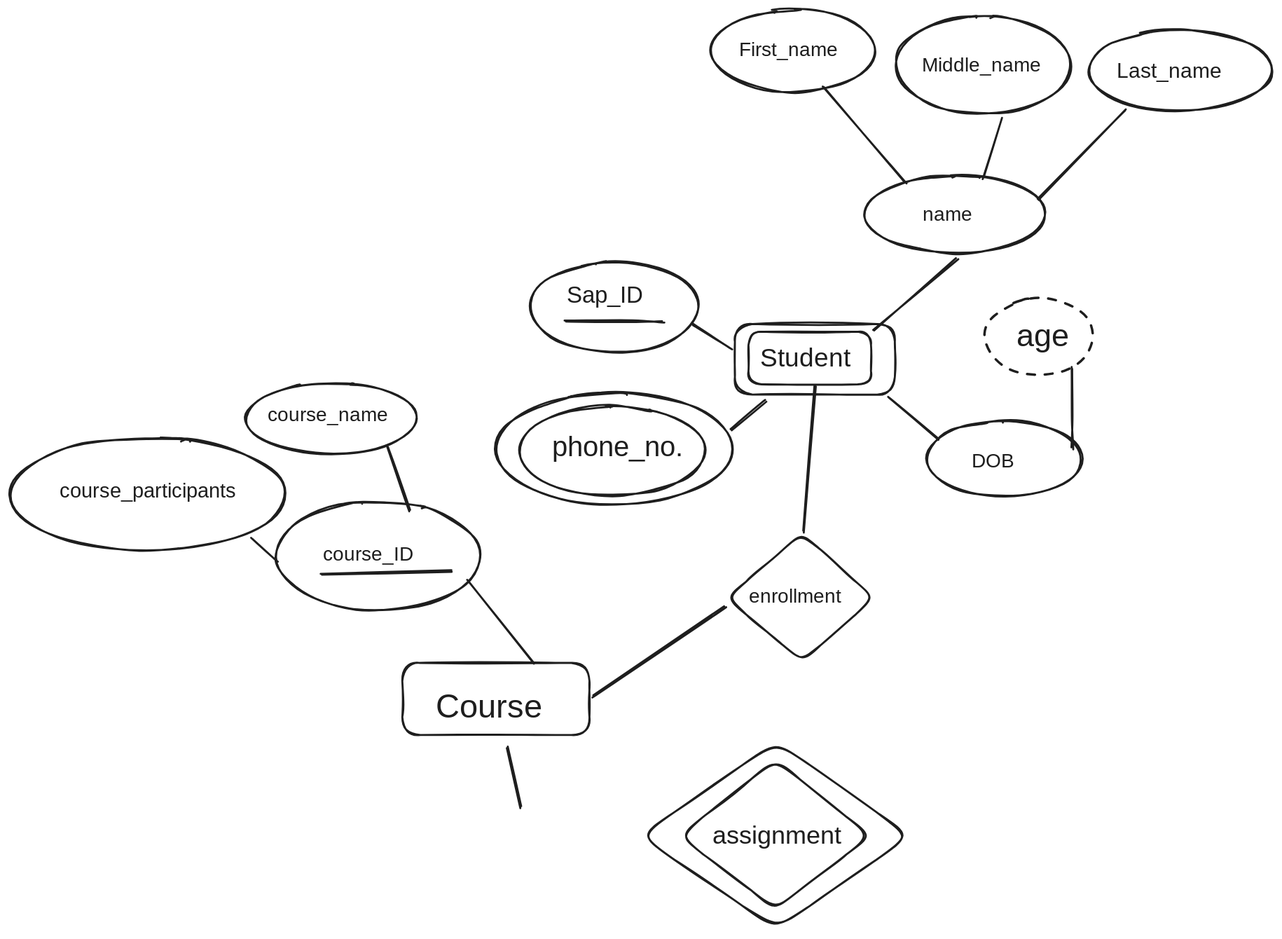
The Excalidraw diagram Notes Factory/Semister 3/Rough Work/t1.excalidraw.svg in P7XCKD/NF, before a commit. Source tidied: one line per element, renumbered; positions are measured from the earlier drawing's top-left corner, leaving out a move shared by most shapes. Source of this version:
```json
{"id": 0, "type": "rectangle", "strokeColor": "#1e1e1e", "strokeWidth": 2, "roughness": 1, "round": true, "x": 400, "y": 666, "width": 191, "height": 74}
{"id": 1, "type": "text", "text": "Course", "strokeColor": "#1e1e1e", "strokeWidth": 2, "roughness": 1, "fontSize": 33.68, "fontFamily": 1, "x": 434, "y": 691, "width": 111, "height": 42}
{"id": 2, "type": "rectangle", "strokeColor": "#1e1e1e", "strokeWidth": 2, "roughness": 1, "round": true, "x": 739, "y": 320, "width": 163, "height": 72}
{"id": 3, "type": "text", "text": "Student", "strokeColor": "#1e1e1e", "strokeWidth": 2, "roughness": 1, "fontSize": 26.09, "fontFamily": 1, "x": 765, "y": 340, "width": 101, "height": 33}
{"id": 4, "type": "ellipse", "strokeColor": "#1e1e1e", "strokeWidth": 2, "roughness": 1, "round": true, "x": 530, "y": 257, "width": 172, "height": 91}
{"id": 5, "type": "text", "text": "Sap_ID", "strokeColor": "#1e1e1e", "strokeWidth": 2, "roughness": 1, "fontSize": 23.41, "fontFamily": 1, "x": 568, "y": 277, "width": 92, "height": 29}
{"id": 6, "type": "line", "strokeColor": "#1e1e1e", "strokeWidth": 2, "roughness": 1, "round": true, "x": 567, "y": 318, "width": 99, "height": 0, "points": [[0, 0], [67, 0], [99, 0]]}
{"id": 7, "type": "ellipse", "strokeColor": "#1e1e1e", "strokeWidth": 2, "roughness": 1, "round": true, "x": 715, "y": 0, "width": 167, "height": 84}
{"id": 8, "type": "ellipse", "strokeColor": "#1e1e1e", "strokeWidth": 2, "roughness": 1, "round": true, "x": 903, "y": 6, "width": 178, "height": 100}
{"id": 9, "type": "text", "text": "First_name", "strokeColor": "#1e1e1e", "strokeWidth": 2, "roughness": 1, "fontSize": 20, "fontFamily": 1, "x": 743, "y": 30, "width": 109, "height": 25}
{"id": 10, "type": "ellipse", "strokeColor": "#1e1e1e", "strokeWidth": 2, "roughness": 1, "round": true, "x": 1100, "y": 21, "width": 187, "height": 82}
{"id": 11, "type": "text", "text": "Middle_name", "strokeColor": "#1e1e1e", "strokeWidth": 2, "roughness": 1, "fontSize": 20, "fontFamily": 1, "x": 930, "y": 45, "width": 121, "height": 25}
{"id": 12, "type": "text", "text": "Last_name", "strokeColor": "#1e1e1e", "strokeWidth": 2, "roughness": 1, "fontSize": 21.68, "fontFamily": 1, "x": 1129, "y": 50, "width": 119, "height": 27}
{"id": 13, "type": "ellipse", "strokeColor": "#1e1e1e", "strokeWidth": 2, "roughness": 1, "round": true, "x": 935, "y": 419, "width": 158, "height": 77}
{"id": 14, "type": "text", "text": "DOB", "strokeColor": "#1e1e1e", "strokeWidth": 2, "roughness": 1, "fontSize": 20, "fontFamily": 1, "x": 981, "y": 448, "width": 45, "height": 25}
{"id": 15, "type": "ellipse", "strokeColor": "#1e1e1e", "strokeWidth": 2, "roughness": 1, "round": true, "x": 519, "y": 404, "width": 189, "height": 91}
{"id": 16, "type": "text", "text": "phone_no.", "strokeColor": "#1e1e1e", "strokeWidth": 2, "roughness": 1, "fontSize": 28.89, "fontFamily": 1, "x": 553, "y": 429, "width": 135, "height": 36}
{"id": 17, "type": "ellipse", "strokeColor": "#1e1e1e", "strokeWidth": 2, "roughness": 1, "round": true, "x": 496, "y": 390, "width": 241, "height": 114}
{"id": 18, "type": "ellipse", "strokeColor": "#1e1e1e", "strokeWidth": 2, "roughness": 1, "round": true, "x": 872, "y": 169, "width": 184, "height": 79}
{"id": 19, "type": "text", "text": "name", "strokeColor": "#1e1e1e", "strokeWidth": 2, "roughness": 1, "fontSize": 20, "fontFamily": 1, "x": 931, "y": 197, "width": 46, "height": 25}
{"id": 20, "type": "line", "strokeColor": "#1e1e1e", "strokeWidth": 2, "roughness": 1, "round": true, "x": 992, "y": 172, "width": 18, "height": 61, "points": [[0, 0], [18, -61]]}
{"id": 21, "type": "line", "strokeColor": "#1e1e1e", "strokeWidth": 2, "roughness": 1, "round": true, "x": 1048, "y": 194, "width": 89, "height": 92, "points": [[0, 0], [89, -92]]}
{"id": 22, "type": "line", "strokeColor": "#1e1e1e", "strokeWidth": 2, "roughness": 1, "round": true, "x": 829, "y": 78, "width": 84, "height": 98, "points": [[0, 0], [84, 98]]}
{"id": 23, "type": "line", "strokeColor": "#1e1e1e", "strokeWidth": 2, "roughness": 1, "round": true, "x": 880, "y": 326, "width": 85, "height": 72, "points": [[0, 0], [85, -72]]}
{"id": 24, "type": "line", "strokeColor": "#1e1e1e", "strokeWidth": 2, "roughness": 1, "round": true, "x": 736, "y": 346, "width": 40, "height": 24, "points": [[0, 0], [-40, -24]]}
{"id": 25, "type": "line", "strokeColor": "#1e1e1e", "strokeWidth": 2, "roughness": 1, "round": true, "x": 736, "y": 429, "width": 36, "height": 30, "points": [[0, 0], [36, -30]]}
{"id": 26, "type": "line", "strokeColor": "#1e1e1e", "strokeWidth": 2, "roughness": 1, "round": true, "x": 895, "y": 396, "width": 51, "height": 42, "points": [[0, 0], [51, 42]]}
{"id": 27, "type": "line", "strokeColor": "#1e1e1e", "strokeWidth": 2, "roughness": 1, "round": true, "x": 1083, "y": 447, "width": 0, "height": 82, "points": [[0, 0], [0, -30], [0, -82]]}
{"id": 28, "type": "ellipse", "strokeColor": "#1e1e1e", "strokeWidth": 2, "strokeStyle": "dashed", "roughness": 1, "round": true, "x": 994, "y": 294, "width": 111, "height": 78}
{"id": 29, "type": "text", "text": "age", "strokeColor": "#1e1e1e", "strokeWidth": 2, "strokeStyle": "dashed", "roughness": 1, "fontSize": 32.34, "fontFamily": 1, "x": 1026, "y": 314, "width": 55, "height": 40}
{"id": 30, "type": "rectangle", "strokeColor": "#1e1e1e", "strokeWidth": 2, "roughness": 1, "round": true, "x": 753, "y": 328, "width": 125, "height": 54}
{"id": 31, "type": "diamond", "strokeColor": "#1e1e1e", "strokeWidth": 2, "roughness": 1, "round": true, "x": 731, "y": 534, "width": 150, "height": 131}
{"id": 32, "type": "text", "text": "enrollment ", "strokeColor": "#1e1e1e", "strokeWidth": 2, "roughness": 1, "fontSize": 20, "fontFamily": 1, "x": 753, "y": 587, "width": 105, "height": 25}
{"id": 33, "type": "line", "strokeColor": "#1e1e1e", "strokeWidth": 2, "roughness": 1, "round": true, "x": 822, "y": 383, "width": 13, "height": 150, "points": [[0, 0], [-13, 150]]}
{"id": 34, "type": "line", "strokeColor": "#1e1e1e", "strokeWidth": 2, "roughness": 1, "round": true, "x": 594, "y": 700, "width": 136, "height": 91, "points": [[0, 0], [136, -91]]}
{"id": 35, "type": "ellipse", "strokeColor": "#1e1e1e", "strokeWidth": 2, "roughness": 1, "round": true, "x": 271, "y": 501, "width": 209, "height": 112}
{"id": 36, "type": "text", "text": "course_ID", "strokeColor": "#1e1e1e", "strokeWidth": 2, "roughness": 1, "fontSize": 20, "fontFamily": 1, "x": 319, "y": 543, "width": 106, "height": 25}
{"id": 37, "type": "line", "strokeColor": "#1e1e1e", "strokeWidth": 2, "roughness": 1, "round": true, "x": 318, "y": 576, "width": 131, "height": 4, "points": [[0, 0], [131, -4]]}
{"id": 38, "type": "line", "strokeColor": "#1e1e1e", "strokeWidth": 2, "roughness": 1, "round": true, "x": 466, "y": 582, "width": 67, "height": 83, "points": [[0, 0], [67, 83]]}
{"id": 39, "type": "ellipse", "strokeColor": "#1e1e1e", "strokeWidth": 2, "roughness": 1, "round": true, "x": 241, "y": 380, "width": 174, "height": 72}
{"id": 40, "type": "text", "text": "course_name", "strokeColor": "#1e1e1e", "strokeWidth": 2, "roughness": 1, "fontSize": 20, "fontFamily": 1, "x": 262, "y": 401, "width": 126, "height": 25}
{"id": 41, "type": "ellipse", "strokeColor": "#1e1e1e", "strokeWidth": 2, "roughness": 1, "round": true, "x": 0, "y": 436, "width": 281, "height": 115}
{"id": 42, "type": "text", "text": "course_participants", "strokeColor": "#1e1e1e", "strokeWidth": 2, "roughness": 1, "fontSize": 20.54, "fontFamily": 1, "x": 50, "y": 479, "width": 201, "height": 26}
{"id": 43, "type": "line", "strokeColor": "#1e1e1e", "strokeWidth": 2, "roughness": 1, "round": true, "x": 385, "y": 446, "width": 23, "height": 64, "points": [[0, 0], [23, 64]]}
{"id": 44, "type": "line", "strokeColor": "#1e1e1e", "strokeWidth": 2, "roughness": 1, "round": true, "x": 247, "y": 540, "width": 25, "height": 21, "points": [[0, 0], [25, 21]]}
{"id": 45, "type": "diamond", "strokeColor": "#1e1e1e", "strokeWidth": 2, "roughness": 1, "round": true, "x": 682, "y": 765, "width": 195, "height": 152}
{"id": 46, "type": "diamond", "strokeColor": "#1e1e1e", "strokeWidth": 2, "roughness": 1, "round": true, "x": 642, "y": 746, "width": 276, "height": 191}
{"id": 47, "type": "line", "strokeColor": "#1e1e1e", "strokeWidth": 2, "roughness": 1, "round": true, "x": 520, "y": 813, "width": 12, "height": 62, "points": [[0, 0], [-12, -62]]}
{"id": 48, "type": "text", "text": "assignment", "strokeColor": "#1e1e1e", "strokeWidth": 2, "roughness": 1, "fontSize": 25.48, "fontFamily": 1, "x": 717, "y": 828, "width": 131, "height": 32}
```
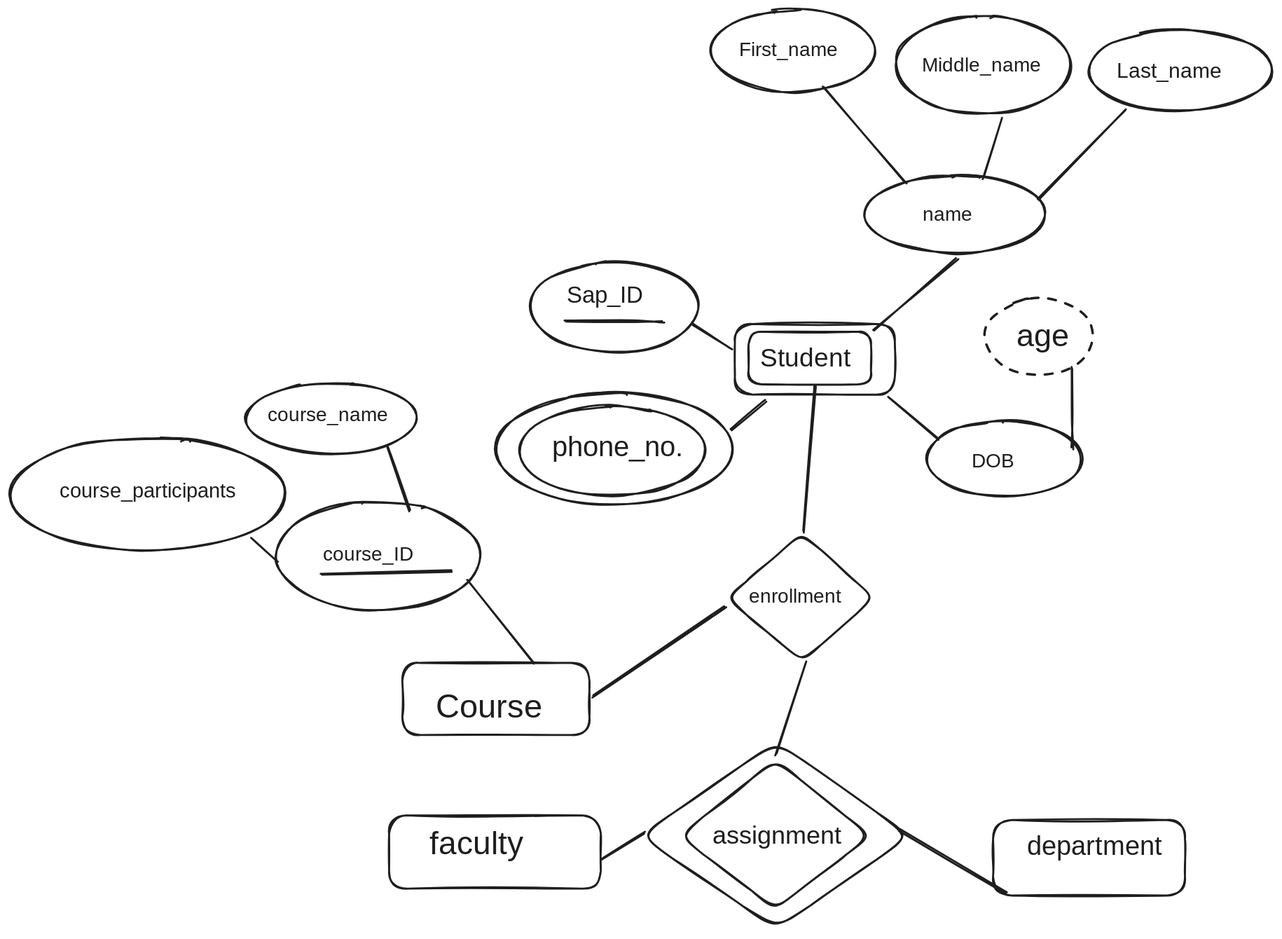
The same file after the commit.

The edit, as a diff of the source:
```diff
@@ -45,5 +45,11 @@
 {"id": 44, "type": "line", "strokeColor": "#1e1e1e", "strokeWidth": 2, "roughness": 1, "round": true, "x": 247, "y": 540, "width": 25, "height": 21, "points": [[0, 0], [25, 21]]}
 {"id": 45, "type": "diamond", "strokeColor": "#1e1e1e", "strokeWidth": 2, "roughness": 1, "round": true, "x": 682, "y": 765, "width": 195, "height": 152}
 {"id": 46, "type": "diamond", "strokeColor": "#1e1e1e", "strokeWidth": 2, "roughness": 1, "round": true, "x": 642, "y": 746, "width": 276, "height": 191}
-{"id": 47, "type": "line", "strokeColor": "#1e1e1e", "strokeWidth": 2, "roughness": 1, "round": true, "x": 520, "y": 813, "width": 12, "height": 62, "points": [[0, 0], [-12, -62]]}
+{"id": 47, "type": "line", "strokeColor": "#1e1e1e", "strokeWidth": 2, "roughness": 1, "round": true, "x": 646, "y": 839, "width": 43, "height": 26, "points": [[0, 0], [-43, 26]]}
 {"id": 48, "type": "text", "text": "assignment", "strokeColor": "#1e1e1e", "strokeWidth": 2, "roughness": 1, "fontSize": 25.48, "fontFamily": 1, "x": 717, "y": 828, "width": 131, "height": 32}
+{"id": 49, "type": "line", "strokeColor": "#1e1e1e", "strokeWidth": 2, "roughness": 1, "round": true, "x": 782, "y": 759, "width": 29, "height": 94, "points": [[0, 0], [29, -94]]}
+{"id": 50, "type": "rectangle", "strokeColor": "#1e1e1e", "strokeWidth": 2, "roughness": 1, "round": true, "x": 387, "y": 821, "width": 216, "height": 75}
+{"id": 51, "type": "rectangle", "strokeColor": "#1e1e1e", "strokeWidth": 2, "roughness": 1, "round": true, "x": 1003, "y": 826, "width": 196, "height": 77}
+{"id": 52, "type": "text", "text": "faculty ", "strokeColor": "#1e1e1e", "strokeWidth": 2, "roughness": 1, "fontSize": 32.93, "fontFamily": 1, "x": 428, "y": 831, "width": 132, "height": 41}
+{"id": 53, "type": "text", "text": "department ", "strokeColor": "#1e1e1e", "strokeWidth": 2, "roughness": 1, "fontSize": 27.4, "fontFamily": 1, "x": 1037, "y": 837, "width": 164, "height": 34}
+{"id": 54, "type": "line", "strokeColor": "#1e1e1e", "strokeWidth": 2, "roughness": 1, "round": true, "x": 906, "y": 836, "width": 111, "height": 64, "points": [[0, 0], [111, 64]]}
```
